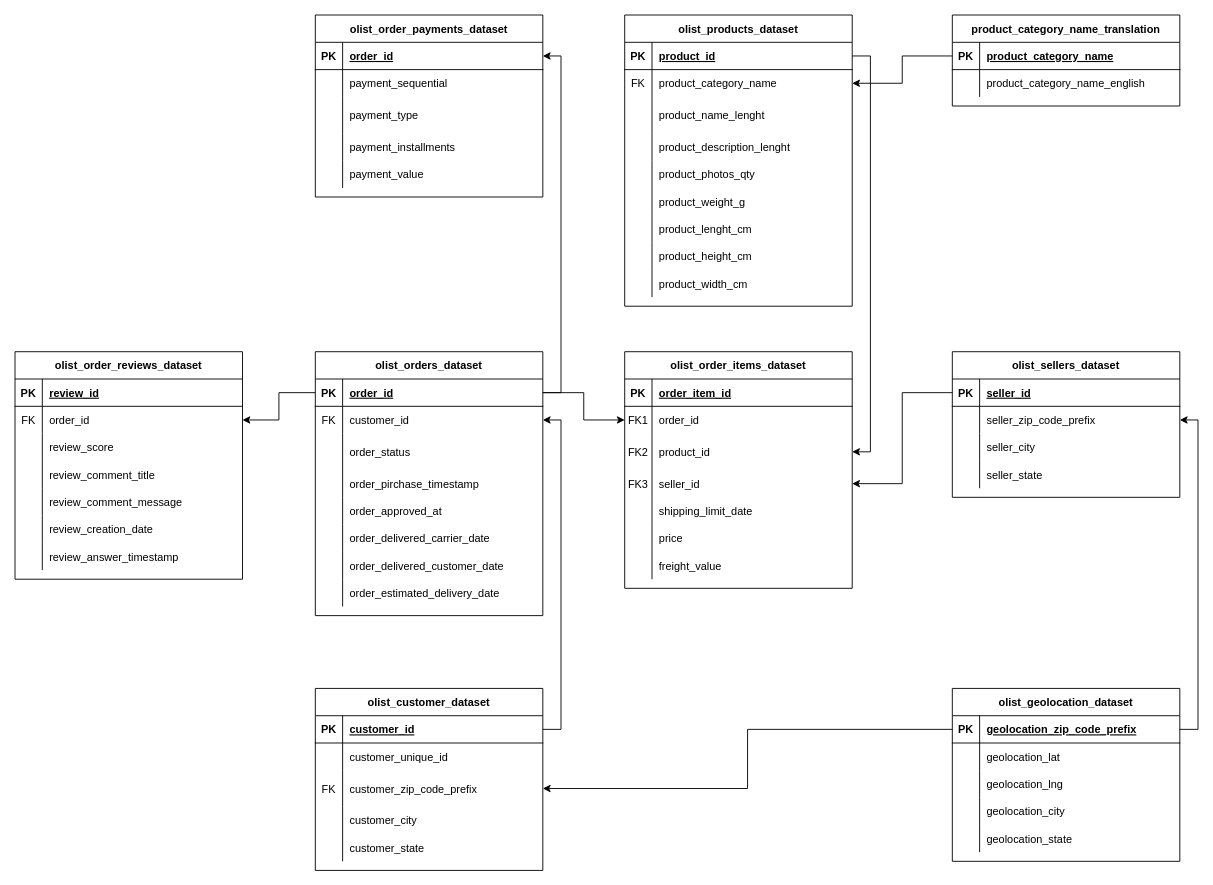
Before: data/raw/ERD.drawio in aridiawan/ecommerce-analysis, a draw.io diagram. Source tidied: cells renumbered, new cells numbered last; positions are measured from the earlier drawing's top-left corner, leaving out a move shared by most shapes. Both pictures are drawn from the tidied source at 91%, with x=0, y=0 at pixel (15, 15).
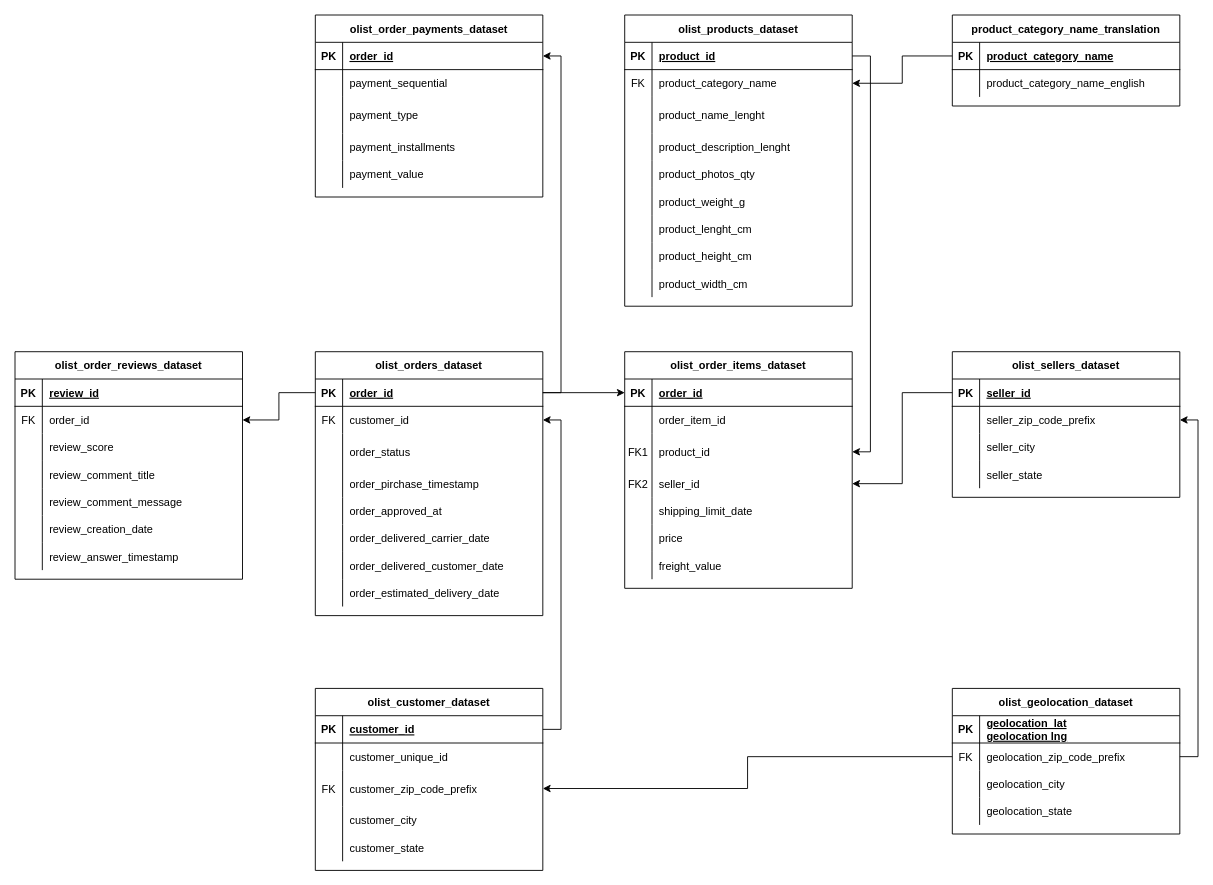
After the change.

Commit message (it also covers changes not shown here):
add desc & ERD

Unchanged cells that the change refers to:
```xml
<mxCell id="3" style="shape=partialRectangle;fillColor=none;points=[[0,0.5],[1,0.5]];portConstraint=eastwest;top=0;left=0;right=0;bottom=1;" parent="2" vertex="1">
  <mxGeometry y="30" width="250" height="30" as="geometry" />
</mxCell>
<mxCell id="50" style="shape=partialRectangle;fillColor=none;points=[[0,0.5],[1,0.5]];portConstraint=eastwest;top=0;left=0;right=0;bottom=1;" parent="49" vertex="1">
  <mxGeometry y="30" width="250" height="30" as="geometry" />
</mxCell>
<mxCell id="53" style="shape=partialRectangle;fillColor=none;points=[[0,0.5],[1,0.5]];portConstraint=eastwest;top=0;left=0;right=0;bottom=0;" parent="49" vertex="1">
  <mxGeometry y="60" width="250" height="30" as="geometry" />
</mxCell>
<mxCell id="56" style="shape=partialRectangle;fillColor=none;points=[[0,0.5],[1,0.5]];portConstraint=eastwest;top=0;left=0;right=0;bottom=0;" parent="49" vertex="1">
  <mxGeometry y="90" width="250" height="40" as="geometry" />
</mxCell>
<mxCell id="59" style="shape=partialRectangle;fillColor=none;points=[[0,0.5],[1,0.5]];portConstraint=eastwest;top=0;left=0;right=0;bottom=0;" parent="49" vertex="1">
  <mxGeometry y="130" width="250" height="30" as="geometry" />
</mxCell>
<mxCell id="122" style="shape=partialRectangle;fillColor=none;points=[[0,0.5],[1,0.5]];portConstraint=eastwest;top=0;left=0;right=0;bottom=0;" parent="115" vertex="1">
  <mxGeometry y="90" width="250" height="40" as="geometry" />
</mxCell>
<mxCell id="135" style="shape=partialRectangle;fillColor=none;points=[[0,0.5],[1,0.5]];portConstraint=eastwest;top=0;left=0;right=0;bottom=0;" parent="131" vertex="1">
  <mxGeometry y="60" width="250" height="30" as="geometry" />
</mxCell>
<mxCell id="145" style="shape=partialRectangle;fillColor=none;points=[[0,0.5],[1,0.5]];portConstraint=eastwest;top=0;left=0;right=0;bottom=1;" parent="144" vertex="1">
  <mxGeometry y="30" width="250" height="30" as="geometry" />
</mxCell>
```

Change to the diagram source:
```diff
@@
-    <mxCell id="52" value="order_item_id" style="shape=partialRectangle;overflow=hidden;fillColor=none;top=0;left=0;bottom=0;right=0;align=left;spacingLeft=6;fontStyle=5;" parent="50" vertex="1">
+    <mxCell id="52" value="order_id" style="shape=partialRectangle;overflow=hidden;fillColor=none;top=0;left=0;bottom=0;right=0;align=left;spacingLeft=6;fontStyle=5;" parent="50" vertex="1">
       <mxGeometry x="30" width="220" height="30" as="geometry" />
     </mxCell>
@@
-    <mxCell id="54" value="FK1" style="shape=partialRectangle;overflow=hidden;fillColor=none;top=0;left=0;bottom=0;right=0;" parent="53" vertex="1">
+    <mxCell id="54" style="shape=partialRectangle;overflow=hidden;fillColor=none;top=0;left=0;bottom=0;right=0;" parent="53" vertex="1">
       <mxGeometry width="30" height="30" as="geometry" />
     </mxCell>
-    <mxCell id="55" value="order_id" style="shape=partialRectangle;overflow=hidden;fillColor=none;top=0;left=0;bottom=0;right=0;align=left;spacingLeft=6;" parent="53" vertex="1">
+    <mxCell id="55" value="order_item_id" style="shape=partialRectangle;overflow=hidden;fillColor=none;top=0;left=0;bottom=0;right=0;align=left;spacingLeft=6;" parent="53" vertex="1">
       <mxGeometry x="30" width="220" height="30" as="geometry" />
     </mxCell>
@@
-    <mxCell id="57" value="FK2" style="shape=partialRectangle;overflow=hidden;fillColor=none;top=0;left=0;bottom=0;right=0;" parent="56" vertex="1">
+    <mxCell id="57" value="FK1" style="shape=partialRectangle;overflow=hidden;fillColor=none;top=0;left=0;bottom=0;right=0;" parent="56" vertex="1">
       <mxGeometry width="30" height="40" as="geometry" />
     </mxCell>
@@
-    <mxCell id="60" value="FK3" style="shape=partialRectangle;overflow=hidden;fillColor=none;top=0;left=0;bottom=0;right=0;" parent="59" vertex="1">
+    <mxCell id="60" value="FK2" style="shape=partialRectangle;overflow=hidden;fillColor=none;top=0;left=0;bottom=0;right=0;" parent="59" vertex="1">
       <mxGeometry width="30" height="30" as="geometry" />
     </mxCell>
@@
     <mxCell id="144" value="olist_geolocation_dataset" style="shape=table;startSize=30;childLayout=tableLayout;rowLines=0;fontStyle=1;align=center;" parent="1" vertex="1">
-      <mxGeometry x="1030" y="740" width="250" height="190" as="geometry" />
+      <mxGeometry x="1030" y="740" width="250" height="160" as="geometry" />
     </mxCell>
@@
-    <mxCell id="147" value="geolocation_zip_code_prefix" style="shape=partialRectangle;overflow=hidden;fillColor=none;top=0;left=0;bottom=0;right=0;align=left;spacingLeft=6;fontStyle=5;" parent="145" vertex="1">
+    <mxCell id="147" value="geolocation_lat&#10;geolocation lng" style="shape=partialRectangle;overflow=hidden;fillColor=none;top=0;left=0;bottom=0;right=0;align=left;spacingLeft=6;fontStyle=5;" parent="145" vertex="1">
       <mxGeometry x="30" width="220" height="30" as="geometry" />
     </mxCell>
-    <mxCell id="148" style="shape=partialRectangle;fillColor=none;top=0;left=0;right=0;bottom=0;" parent="144" vertex="1">
-      <mxGeometry y="60" width="250" height="30" as="geometry" />
-    </mxCell>
-    <mxCell id="149" style="shape=partialRectangle;overflow=hidden;fillColor=none;top=0;left=0;bottom=0;right=0;" parent="148" vertex="1">
-      <mxGeometry width="30" height="30" as="geometry" />
-    </mxCell>
-    <mxCell id="150" value="geolocation_lat" style="shape=partialRectangle;overflow=hidden;fillColor=none;top=0;left=0;bottom=0;right=0;align=left;spacingLeft=6;" parent="148" vertex="1">
-      <mxGeometry x="30" width="220" height="30" as="geometry" />
-    </mxCell>
     <mxCell id="151" style="shape=partialRectangle;fillColor=none;points=[[0,0.5],[1,0.5]];portConstraint=eastwest;top=0;left=0;right=0;bottom=0;" parent="144" vertex="1">
-      <mxGeometry y="90" width="250" height="30" as="geometry" />
+      <mxGeometry y="60" width="250" height="30" as="geometry" />
     </mxCell>
-    <mxCell id="152" style="shape=partialRectangle;overflow=hidden;fillColor=none;top=0;left=0;bottom=0;right=0;" parent="151" vertex="1">
+    <mxCell id="152" value="FK" style="shape=partialRectangle;overflow=hidden;fillColor=none;top=0;left=0;bottom=0;right=0;" parent="151" vertex="1">
       <mxGeometry width="30" height="30" as="geometry" />
     </mxCell>
-    <mxCell id="153" value="geolocation_lng" style="shape=partialRectangle;overflow=hidden;fillColor=none;top=0;left=0;bottom=0;right=0;align=left;spacingLeft=6;" parent="151" vertex="1">
+    <mxCell id="153" value="geolocation_zip_code_prefix" style="shape=partialRectangle;overflow=hidden;fillColor=none;top=0;left=0;bottom=0;right=0;align=left;spacingLeft=6;" parent="151" vertex="1">
       <mxGeometry x="30" width="220" height="30" as="geometry" />
     </mxCell>
     <mxCell id="154" style="shape=partialRectangle;fillColor=none;top=0;left=0;right=0;bottom=0;" parent="144" vertex="1">
-      <mxGeometry y="120" width="250" height="30" as="geometry" />
+      <mxGeometry y="90" width="250" height="30" as="geometry" />
     </mxCell>
@@
     <mxCell id="157" style="shape=partialRectangle;fillColor=none;top=0;left=0;right=0;bottom=0;" parent="144" vertex="1">
-      <mxGeometry y="150" width="250" height="30" as="geometry" />
+      <mxGeometry y="120" width="250" height="30" as="geometry" />
     </mxCell>
@@
-    <mxCell id="169" style="edgeStyle=orthogonalEdgeStyle;rounded=0;jettySize=auto;html=1;exitX=1;exitY=0.5;exitDx=0;exitDy=0;entryX=0;entryY=0.5;entryDx=0;entryDy=0;" parent="1" edge="1" source="3" target="53">
+    <mxCell id="169" style="edgeStyle=orthogonalEdgeStyle;rounded=0;jettySize=auto;html=1;exitX=1;exitY=0.5;exitDx=0;exitDy=0;entryX=0;entryY=0.5;entryDx=0;entryDy=0;" parent="1" edge="1" source="3" target="50">
       <mxGeometry relative="1" as="geometry" />
     </mxCell>
@@
-    <mxCell id="174" style="edgeStyle=orthogonalEdgeStyle;rounded=0;jettySize=auto;html=1;exitX=1;exitY=0.5;exitDx=0;exitDy=0;entryX=1;entryY=0.5;entryDx=0;entryDy=0;" parent="1" edge="1" source="145" target="135">
+    <mxCell id="174" style="edgeStyle=orthogonalEdgeStyle;rounded=0;jettySize=auto;html=1;exitX=1;exitY=0.5;exitDx=0;exitDy=0;entryX=1;entryY=0.5;entryDx=0;entryDy=0;" parent="1" edge="1" source="151" target="135">
       <mxGeometry relative="1" as="geometry" />
     </mxCell>
-    <mxCell id="175" style="edgeStyle=orthogonalEdgeStyle;rounded=0;jettySize=auto;html=1;exitX=0;exitY=0.5;exitDx=0;exitDy=0;entryX=1;entryY=0.5;entryDx=0;entryDy=0;" parent="1" edge="1" source="145" target="122">
+    <mxCell id="175" style="edgeStyle=orthogonalEdgeStyle;rounded=0;jettySize=auto;html=1;exitX=0;exitY=0.5;exitDx=0;exitDy=0;entryX=1;entryY=0.5;entryDx=0;entryDy=0;" parent="1" edge="1" source="151" target="122">
       <mxGeometry relative="1" as="geometry" />
     </mxCell>
```
